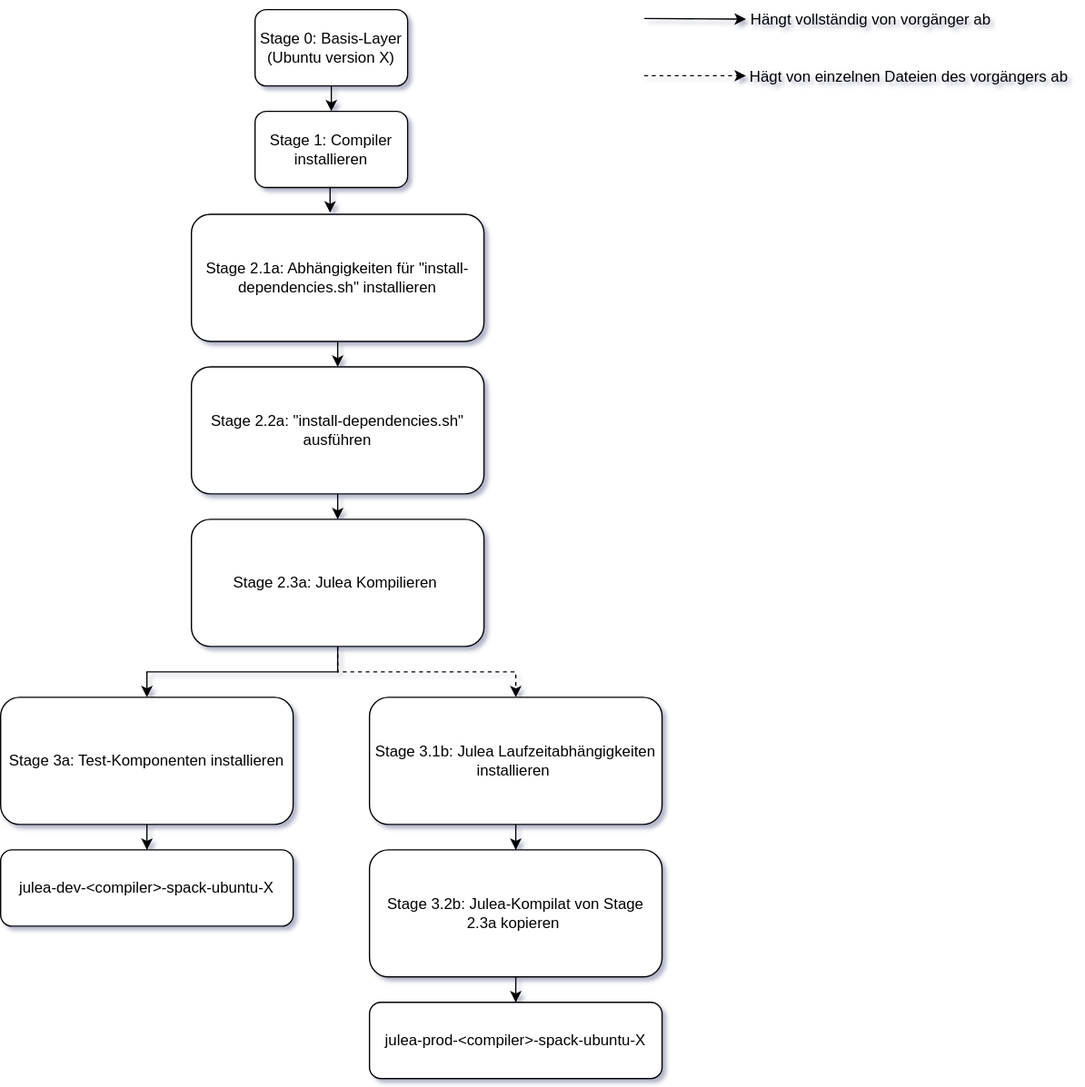
This is figures/modell-spack-containerfile.drawio.svg from FinnHering/bachelor-arbeit, a draw.io export, as it was before one commit. Source tidied: cells renumbered, new cells last; positions are measured from the earlier drawing's top-left corner, leaving out a move shared by most shapes. Source of this version:
```xml
<mxGraphModel>
  <root>
    <mxCell id="0" />
    <mxCell id="1" parent="0" />
    <mxCell id="2" value="Stage 1: Compiler installieren" style="rounded=1;whiteSpace=wrap;html=1;" parent="1" vertex="1">
      <mxGeometry x="200" y="88" width="120" height="60" as="geometry" />
    </mxCell>
    <mxCell id="3" style="edgeStyle=orthogonalEdgeStyle;rounded=0;jettySize=auto;html=1;exitX=0.5;exitY=1;exitDx=0;exitDy=0;entryX=0.5;entryY=0;entryDx=0;entryDy=0;" parent="1" edge="1" source="4" target="6">
      <mxGeometry relative="1" as="geometry" />
    </mxCell>
    <mxCell id="4" value="Stage 2.1a: Abhängigkeiten für &quot;install-dependencies.sh&quot; installieren" style="whiteSpace=wrap;html=1;rounded=1;" parent="1" vertex="1">
      <mxGeometry x="150" y="169" width="230" height="100" as="geometry" />
    </mxCell>
    <mxCell id="5" style="edgeStyle=orthogonalEdgeStyle;rounded=0;jettySize=auto;html=1;exitX=0.5;exitY=1;exitDx=0;exitDy=0;entryX=0.5;entryY=0;entryDx=0;entryDy=0;" parent="1" edge="1" source="6" target="9">
      <mxGeometry relative="1" as="geometry" />
    </mxCell>
    <mxCell id="6" value="Stage 2.2a: &quot;install-dependencies.sh&quot; ausführen" style="whiteSpace=wrap;html=1;rounded=1;" parent="1" vertex="1">
      <mxGeometry x="150" y="289" width="230" height="100" as="geometry" />
    </mxCell>
    <mxCell id="7" style="edgeStyle=orthogonalEdgeStyle;rounded=0;jettySize=auto;html=1;exitX=0.5;exitY=1;exitDx=0;exitDy=0;entryX=0.5;entryY=0;entryDx=0;entryDy=0;" parent="1" edge="1" source="9" target="11">
      <mxGeometry relative="1" as="geometry" />
    </mxCell>
    <mxCell id="8" style="edgeStyle=orthogonalEdgeStyle;rounded=0;jettySize=auto;html=1;entryX=0.5;entryY=0;entryDx=0;entryDy=0;dashed=1;" parent="1" edge="1" source="9" target="13">
      <mxGeometry relative="1" as="geometry" />
    </mxCell>
    <mxCell id="9" value="Stage 2.3a: Julea Kompilieren&amp;nbsp;" style="whiteSpace=wrap;html=1;rounded=1;" parent="1" vertex="1">
      <mxGeometry x="150" y="409" width="230" height="100" as="geometry" />
    </mxCell>
    <mxCell id="10" style="edgeStyle=orthogonalEdgeStyle;rounded=0;jettySize=auto;html=1;" parent="1" edge="1" source="11" target="22">
      <mxGeometry relative="1" as="geometry" />
    </mxCell>
    <mxCell id="11" value="Stage 3a: Test-Komponenten installieren" style="whiteSpace=wrap;html=1;rounded=1;" parent="1" vertex="1">
      <mxGeometry y="549" width="230" height="100" as="geometry" />
    </mxCell>
    <mxCell id="12" style="edgeStyle=orthogonalEdgeStyle;rounded=0;jettySize=auto;html=1;entryX=0.5;entryY=0;entryDx=0;entryDy=0;" parent="1" edge="1" source="13" target="15">
      <mxGeometry relative="1" as="geometry" />
    </mxCell>
    <mxCell id="13" value="Stage 3.1b: Julea Laufzeitabhängigkeiten installieren&amp;nbsp;" style="whiteSpace=wrap;html=1;rounded=1;" parent="1" vertex="1">
      <mxGeometry x="290" y="549" width="230" height="100" as="geometry" />
    </mxCell>
    <mxCell id="14" style="edgeStyle=orthogonalEdgeStyle;rounded=0;jettySize=auto;html=1;entryX=0.5;entryY=0;entryDx=0;entryDy=0;" parent="1" edge="1" source="15" target="23">
      <mxGeometry relative="1" as="geometry" />
    </mxCell>
    <mxCell id="15" value="Stage 3.2b: Julea-Kompilat von Stage 2.3a kopieren&amp;nbsp;" style="whiteSpace=wrap;html=1;rounded=1;" parent="1" vertex="1">
      <mxGeometry x="290" y="669" width="230" height="100" as="geometry" />
    </mxCell>
    <mxCell id="16" style="endArrow=classic;html=1;rounded=0;dashed=1;" parent="1" edge="1">
      <mxGeometry relative="1" as="geometry">
        <mxPoint x="506" y="60" as="sourcePoint" />
        <mxPoint x="586" y="60" as="targetPoint" />
      </mxGeometry>
    </mxCell>
    <mxCell id="17" style="endArrow=classic;html=1;rounded=0;" parent="1" edge="1">
      <mxGeometry relative="1" as="geometry">
        <mxPoint x="506" y="15" as="sourcePoint" />
        <mxPoint x="586" y="15.5" as="targetPoint" />
      </mxGeometry>
    </mxCell>
    <mxCell id="18" value="Hängt vollständig von vorgänger ab&amp;nbsp;" style="text;html=1;align=center;verticalAlign=middle;whiteSpace=wrap;rounded=0;" parent="1" vertex="1">
      <mxGeometry x="586" y="0.5" width="200" height="30" as="geometry" />
    </mxCell>
    <mxCell id="19" value="Hägt von einzelnen Dateien des vorgängers ab&amp;nbsp;" style="text;html=1;align=center;verticalAlign=middle;whiteSpace=wrap;rounded=0;" parent="1" vertex="1">
      <mxGeometry x="586" y="45.5" width="260" height="30" as="geometry" />
    </mxCell>
    <mxCell id="20" style="edgeStyle=orthogonalEdgeStyle;rounded=0;jettySize=auto;html=1;exitX=0.5;exitY=1;exitDx=0;exitDy=0;entryX=0.5;entryY=0;entryDx=0;entryDy=0;" parent="1" edge="1" source="21" target="2">
      <mxGeometry relative="1" as="geometry" />
    </mxCell>
    <mxCell id="21" value="Stage 0: Basis-Layer (Ubuntu version X)" style="rounded=1;whiteSpace=wrap;html=1;" parent="1" vertex="1">
      <mxGeometry x="200" y="8" width="120" height="60" as="geometry" />
    </mxCell>
    <mxCell id="22" value="julea-dev-&amp;lt;compiler&amp;gt;-spack-ubuntu-X" style="whiteSpace=wrap;html=1;rounded=1;" parent="1" vertex="1">
      <mxGeometry y="669" width="230" height="60" as="geometry" />
    </mxCell>
    <mxCell id="23" value="julea-prod-&amp;lt;compiler&amp;gt;-spack-ubuntu-X" style="whiteSpace=wrap;html=1;rounded=1;" parent="1" vertex="1">
      <mxGeometry x="290" y="789" width="230" height="60" as="geometry" />
    </mxCell>
    <mxCell id="24" style="edgeStyle=orthogonalEdgeStyle;rounded=0;jettySize=auto;html=1;exitX=0.5;exitY=1;exitDx=0;exitDy=0;entryX=0.474;entryY=-0.012;entryDx=0;entryDy=0;entryPerimeter=0;" parent="1" edge="1" source="2" target="4">
      <mxGeometry relative="1" as="geometry" />
    </mxCell>
  </root>
</mxGraphModel>
```
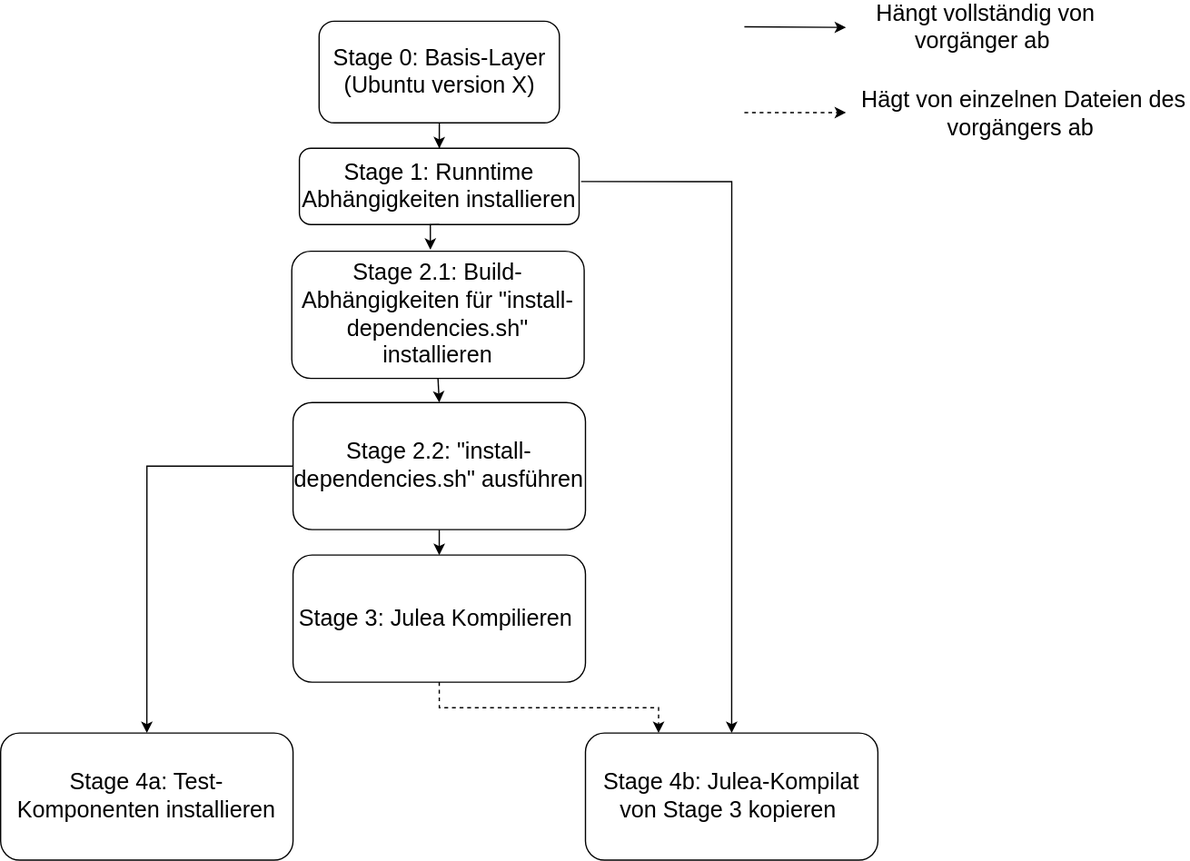
After the change.

The edit, as a diff of the source:
```diff
@@ -2,78 +2,63 @@
   <root>
     <mxCell id="0" />
     <mxCell id="1" parent="0" />
+    <mxCell id="25" style="edgeStyle=orthogonalEdgeStyle;rounded=0;jettySize=auto;html=1;entryX=0.5;entryY=0;entryDx=0;entryDy=0;exitX=1.007;exitY=0.436;exitDx=0;exitDy=0;exitPerimeter=0;" parent="1" edge="1" source="2" target="15">
+      <mxGeometry relative="1" as="geometry" />
+    </mxCell>
-    <mxCell id="2" value="Stage 1: Compiler installieren" style="rounded=1;whiteSpace=wrap;html=1;" parent="1" vertex="1">
-      <mxGeometry x="200" y="88" width="120" height="60" as="geometry" />
+    <mxCell id="2" value="&lt;font style=&quot;font-size: 18px;&quot;&gt;Stage 1: Runntime Abhängigkeiten installieren&lt;/font&gt;" style="rounded=1;whiteSpace=wrap;html=1;" parent="1" vertex="1">
+      <mxGeometry x="156" y="88" width="220" height="60" as="geometry" />
     </mxCell>
     <mxCell id="3" style="edgeStyle=orthogonalEdgeStyle;rounded=0;jettySize=auto;html=1;exitX=0.5;exitY=1;exitDx=0;exitDy=0;entryX=0.5;entryY=0;entryDx=0;entryDy=0;" parent="1" edge="1" source="4" target="6">
       <mxGeometry relative="1" as="geometry" />
     </mxCell>
-    <mxCell id="4" value="Stage 2.1a: Abhängigkeiten für &quot;install-dependencies.sh&quot; installieren" style="whiteSpace=wrap;html=1;rounded=1;" parent="1" vertex="1">
+    <mxCell id="4" value="&lt;font style=&quot;font-size: 18px;&quot;&gt;Stage 2.1: Build-Abhängigkeiten für &quot;install-dependencies.sh&quot; installieren&lt;/font&gt;" style="whiteSpace=wrap;html=1;rounded=1;" parent="1" vertex="1">
       <mxGeometry x="150" y="169" width="230" height="100" as="geometry" />
     </mxCell>
     <mxCell id="5" style="edgeStyle=orthogonalEdgeStyle;rounded=0;jettySize=auto;html=1;exitX=0.5;exitY=1;exitDx=0;exitDy=0;entryX=0.5;entryY=0;entryDx=0;entryDy=0;" parent="1" edge="1" source="6" target="9">
       <mxGeometry relative="1" as="geometry" />
     </mxCell>
+    <mxCell id="26" style="edgeStyle=orthogonalEdgeStyle;rounded=0;jettySize=auto;html=1;exitX=0;exitY=0.5;exitDx=0;exitDy=0;entryX=0.5;entryY=0;entryDx=0;entryDy=0;" parent="1" edge="1" source="6" target="11">
+      <mxGeometry relative="1" as="geometry" />
+    </mxCell>
-    <mxCell id="6" value="Stage 2.2a: &quot;install-dependencies.sh&quot; ausführen" style="whiteSpace=wrap;html=1;rounded=1;" parent="1" vertex="1">
-      <mxGeometry x="150" y="289" width="230" height="100" as="geometry" />
+    <mxCell id="6" value="&lt;font style=&quot;font-size: 18px;&quot;&gt;Stage 2.2: &quot;install-dependencies.sh&quot; ausführen&lt;/font&gt;" style="whiteSpace=wrap;html=1;rounded=1;" parent="1" vertex="1">
+      <mxGeometry x="151" y="288" width="230" height="100" as="geometry" />
     </mxCell>
-    <mxCell id="7" style="edgeStyle=orthogonalEdgeStyle;rounded=0;jettySize=auto;html=1;exitX=0.5;exitY=1;exitDx=0;exitDy=0;entryX=0.5;entryY=0;entryDx=0;entryDy=0;" parent="1" edge="1" source="9" target="11">
-      <mxGeometry relative="1" as="geometry" />
-    </mxCell>
-    <mxCell id="8" style="edgeStyle=orthogonalEdgeStyle;rounded=0;jettySize=auto;html=1;entryX=0.5;entryY=0;entryDx=0;entryDy=0;dashed=1;" parent="1" edge="1" source="9" target="13">
-      <mxGeometry relative="1" as="geometry" />
-    </mxCell>
+    <mxCell id="27" style="edgeStyle=orthogonalEdgeStyle;rounded=0;jettySize=auto;html=1;exitX=0.5;exitY=1;exitDx=0;exitDy=0;entryX=0.25;entryY=0;entryDx=0;entryDy=0;dashed=1;" parent="1" edge="1" source="9" target="15">
+      <mxGeometry relative="1" as="geometry" />
+    </mxCell>
-    <mxCell id="9" value="Stage 2.3a: Julea Kompilieren&amp;nbsp;" style="whiteSpace=wrap;html=1;rounded=1;" parent="1" vertex="1">
-      <mxGeometry x="150" y="409" width="230" height="100" as="geometry" />
+    <mxCell id="9" value="&lt;font style=&quot;font-size: 18px;&quot;&gt;Stage 3: Julea Kompilieren&amp;nbsp;&lt;/font&gt;" style="whiteSpace=wrap;html=1;rounded=1;" parent="1" vertex="1">
+      <mxGeometry x="151" y="408" width="230" height="100" as="geometry" />
     </mxCell>
-    <mxCell id="10" style="edgeStyle=orthogonalEdgeStyle;rounded=0;jettySize=auto;html=1;" parent="1" edge="1" source="11" target="22">
-      <mxGeometry relative="1" as="geometry" />
-    </mxCell>
-    <mxCell id="11" value="Stage 3a: Test-Komponenten installieren" style="whiteSpace=wrap;html=1;rounded=1;" parent="1" vertex="1">
-      <mxGeometry y="549" width="230" height="100" as="geometry" />
+    <mxCell id="11" value="Stage 4a: Test-Komponenten installieren" style="whiteSpace=wrap;html=1;rounded=1;fontSize=18;" parent="1" vertex="1">
+      <mxGeometry x="-79" y="548" width="230" height="100" as="geometry" />
     </mxCell>
-    <mxCell id="12" style="edgeStyle=orthogonalEdgeStyle;rounded=0;jettySize=auto;html=1;entryX=0.5;entryY=0;entryDx=0;entryDy=0;" parent="1" edge="1" source="13" target="15">
-      <mxGeometry relative="1" as="geometry" />
-    </mxCell>
-    <mxCell id="13" value="Stage 3.1b: Julea Laufzeitabhängigkeiten installieren&amp;nbsp;" style="whiteSpace=wrap;html=1;rounded=1;" parent="1" vertex="1">
-      <mxGeometry x="290" y="549" width="230" height="100" as="geometry" />
-    </mxCell>
-    <mxCell id="14" style="edgeStyle=orthogonalEdgeStyle;rounded=0;jettySize=auto;html=1;entryX=0.5;entryY=0;entryDx=0;entryDy=0;" parent="1" edge="1" source="15" target="23">
-      <mxGeometry relative="1" as="geometry" />
-    </mxCell>
-    <mxCell id="15" value="Stage 3.2b: Julea-Kompilat von Stage 2.3a kopieren&amp;nbsp;" style="whiteSpace=wrap;html=1;rounded=1;" parent="1" vertex="1">
-      <mxGeometry x="290" y="669" width="230" height="100" as="geometry" />
+    <mxCell id="15" value="Stage 4b: Julea-Kompilat von Stage 3 kopieren&amp;nbsp;" style="whiteSpace=wrap;html=1;rounded=1;fontSize=18;" parent="1" vertex="1">
+      <mxGeometry x="381" y="548" width="230" height="100" as="geometry" />
     </mxCell>
     <mxCell id="16" style="endArrow=classic;html=1;rounded=0;dashed=1;" parent="1" edge="1">
       <mxGeometry relative="1" as="geometry">
-        <mxPoint x="506" y="60" as="sourcePoint" />
-        <mxPoint x="586" y="60" as="targetPoint" />
+        <mxPoint x="506" y="59.9" as="sourcePoint" />
+        <mxPoint x="586" y="59.9" as="targetPoint" />
       </mxGeometry>
     </mxCell>
     <mxCell id="17" style="endArrow=classic;html=1;rounded=0;" parent="1" edge="1">
       <mxGeometry relative="1" as="geometry">
-        <mxPoint x="506" y="15" as="sourcePoint" />
-        <mxPoint x="586" y="15.5" as="targetPoint" />
+        <mxPoint x="506" y="-7.6" as="sourcePoint" />
+        <mxPoint x="586" y="-7.1" as="targetPoint" />
       </mxGeometry>
     </mxCell>
-    <mxCell id="18" value="Hängt vollständig von vorgänger ab&amp;nbsp;" style="text;html=1;align=center;verticalAlign=middle;whiteSpace=wrap;rounded=0;" parent="1" vertex="1">
-      <mxGeometry x="586" y="0.5" width="200" height="30" as="geometry" />
+    <mxCell id="18" value="Hängt vollständig von vorgänger ab&amp;nbsp;" style="text;html=1;align=center;verticalAlign=middle;whiteSpace=wrap;rounded=0;fontSize=18;" parent="1" vertex="1">
+      <mxGeometry x="596" y="-22" width="200" height="30" as="geometry" />
     </mxCell>
-    <mxCell id="19" value="Hägt von einzelnen Dateien des vorgängers ab&amp;nbsp;" style="text;html=1;align=center;verticalAlign=middle;whiteSpace=wrap;rounded=0;" parent="1" vertex="1">
-      <mxGeometry x="586" y="45.5" width="260" height="30" as="geometry" />
+    <mxCell id="19" value="Hägt von einzelnen Dateien des vorgängers ab&amp;nbsp;" style="text;html=1;align=center;verticalAlign=middle;whiteSpace=wrap;rounded=0;fontSize=18;" parent="1" vertex="1">
+      <mxGeometry x="596" y="45.5" width="260" height="30" as="geometry" />
     </mxCell>
-    <mxCell id="20" style="edgeStyle=orthogonalEdgeStyle;rounded=0;jettySize=auto;html=1;exitX=0.5;exitY=1;exitDx=0;exitDy=0;entryX=0.5;entryY=0;entryDx=0;entryDy=0;" parent="1" edge="1" source="21" target="2">
+    <mxCell id="20" style="edgeStyle=orthogonalEdgeStyle;rounded=0;jettySize=auto;html=1;entryX=0.5;entryY=0;entryDx=0;entryDy=0;" parent="1" edge="1" source="21" target="2">
       <mxGeometry relative="1" as="geometry" />
     </mxCell>
-    <mxCell id="21" value="Stage 0: Basis-Layer (Ubuntu version X)" style="rounded=1;whiteSpace=wrap;html=1;" parent="1" vertex="1">
-      <mxGeometry x="200" y="8" width="120" height="60" as="geometry" />
+    <mxCell id="21" value="&lt;font style=&quot;font-size: 18px;&quot;&gt;Stage 0: Basis-Layer (Ubuntu version X)&lt;/font&gt;" style="rounded=1;whiteSpace=wrap;html=1;" parent="1" vertex="1">
+      <mxGeometry x="171.5" y="-12" width="189" height="80" as="geometry" />
     </mxCell>
-    <mxCell id="22" value="julea-dev-&amp;lt;compiler&amp;gt;-spack-ubuntu-X" style="whiteSpace=wrap;html=1;rounded=1;" parent="1" vertex="1">
-      <mxGeometry y="669" width="230" height="60" as="geometry" />
-    </mxCell>
-    <mxCell id="23" value="julea-prod-&amp;lt;compiler&amp;gt;-spack-ubuntu-X" style="whiteSpace=wrap;html=1;rounded=1;" parent="1" vertex="1">
-      <mxGeometry x="290" y="789" width="230" height="60" as="geometry" />
-    </mxCell>
     <mxCell id="24" style="edgeStyle=orthogonalEdgeStyle;rounded=0;jettySize=auto;html=1;exitX=0.5;exitY=1;exitDx=0;exitDy=0;entryX=0.474;entryY=-0.012;entryDx=0;entryDy=0;entryPerimeter=0;" parent="1" edge="1" source="2" target="4">
       <mxGeometry relative="1" as="geometry" />
     </mxCell>
```
